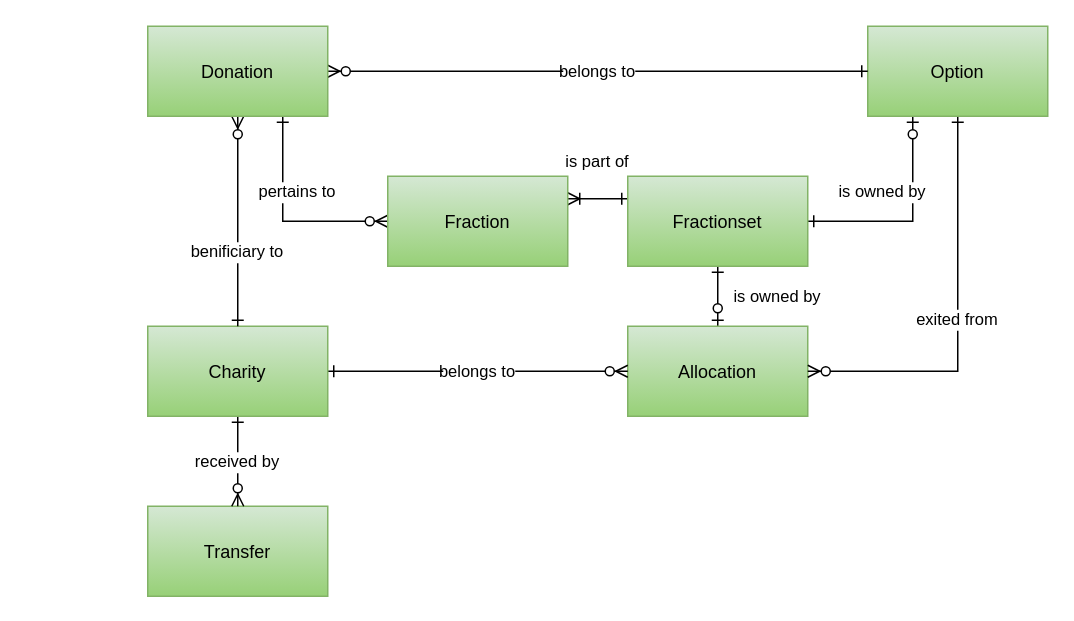
Before: doc/arch/database.drawio in joost-morsink/FF-admin-module, a draw.io diagram. Source tidied: cells renumbered, new cells numbered last; positions are measured from the earlier drawing's top-left corner, leaving out a move shared by most shapes. Both pictures are drawn from the tidied source at 150%, with x=0, y=0 at pixel (147, 26).
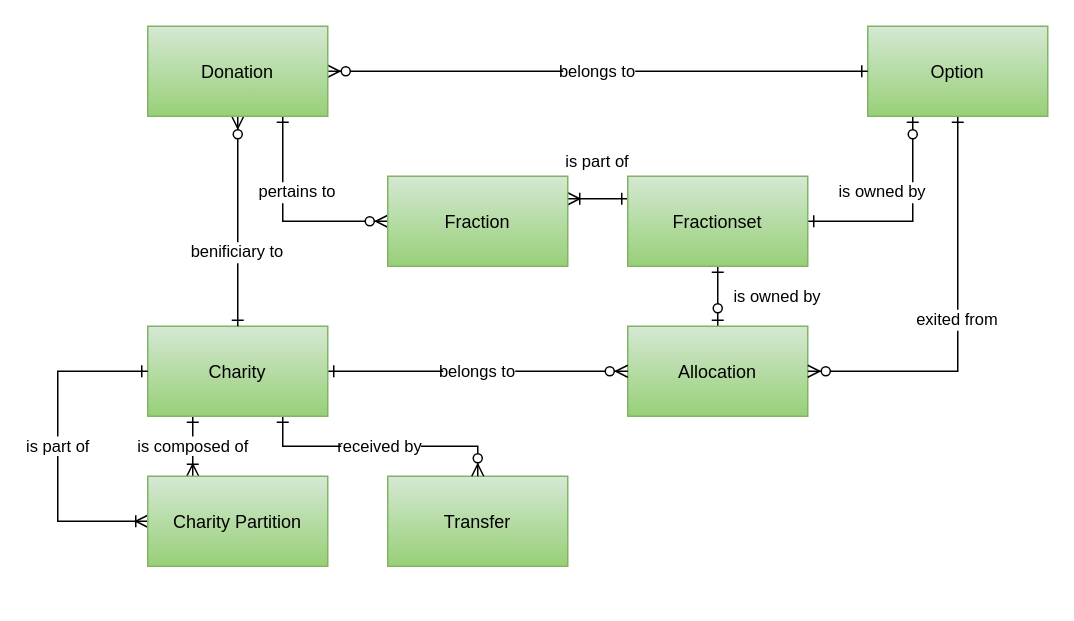
The same page after the edit.

The change refers to these unchanged cells:
```xml
<mxCell id="10" value="Charity" style="rounded=0;gradientColor=#97d077;fillColor=#d5e8d4;strokeColor=#82b366;fontFamily=Montserrat;" parent="1" vertex="1">
  <mxGeometry y="200" width="120" height="60" as="geometry" />
</mxCell>
```

The edit, as a diff of the source:
```diff
@@
     <mxCell id="4" value="Transfer" style="rounded=0;gradientColor=#97d077;fillColor=#d5e8d4;strokeColor=#82b366;fontFamily=Montserrat;" parent="1" vertex="1">
-      <mxGeometry y="320" width="120" height="60" as="geometry" />
+      <mxGeometry x="160" y="300" width="120" height="60" as="geometry" />
     </mxCell>
@@
-    <mxCell id="9" value="received by" style="edgeStyle=orthogonalEdgeStyle;rounded=0;orthogonalLoop=1;jettySize=auto;exitX=0.5;exitY=1;exitDx=0;exitDy=0;startArrow=ERone;startFill=0;endArrow=ERzeroToMany;endFill=1;fontFamily=Montserrat;" parent="1" edge="1">
+    <mxCell id="9" value="received by" style="edgeStyle=orthogonalEdgeStyle;rounded=0;jettySize=auto;exitX=0.75;exitY=1;exitDx=0;exitDy=0;startArrow=ERone;startFill=0;endArrow=ERzeroToMany;endFill=1;fontFamily=Montserrat;entryX=0.5;entryY=0;entryDx=0;entryDy=0;" parent="1" edge="1" source="10" target="4">
       <mxGeometry relative="1" as="geometry">
-        <mxPoint x="60" y="260" as="sourcePoint" />
-        <mxPoint x="60" y="320" as="targetPoint" />
+        <Array as="points">
+          <mxPoint x="90" y="280" />
+          <mxPoint x="220" y="280" />
+        </Array>
       </mxGeometry>
     </mxCell>
+    <mxCell id="18" value="is composed of" style="edgeStyle=none;html=1;exitX=0.25;exitY=1;exitDx=0;exitDy=0;entryX=0.25;entryY=0;entryDx=0;entryDy=0;startArrow=ERone;startFill=0;endArrow=ERoneToMany;endFill=0;" parent="1" edge="1" source="10" target="20">
+      <mxGeometry relative="1" as="geometry" />
+    </mxCell>
@@
+    <mxCell id="19" value="is part of" style="edgeStyle=orthogonalEdgeStyle;html=1;exitX=0;exitY=0.5;exitDx=0;exitDy=0;entryX=0;entryY=0.5;entryDx=0;entryDy=0;startArrow=ERoneToMany;startFill=0;endArrow=ERone;endFill=0;rounded=0;" parent="1" edge="1" source="20" target="10">
+      <mxGeometry relative="1" as="geometry">
+        <Array as="points">
+          <mxPoint x="-60" y="330" />
+          <mxPoint x="-60" y="230" />
+        </Array>
+      </mxGeometry>
+    </mxCell>
+    <mxCell id="20" value="Charity Partition" style="rounded=0;gradientColor=#97d077;fillColor=#d5e8d4;strokeColor=#82b366;fontFamily=Montserrat;" parent="1" vertex="1">
+      <mxGeometry y="300" width="120" height="60" as="geometry" />
+    </mxCell>
```
